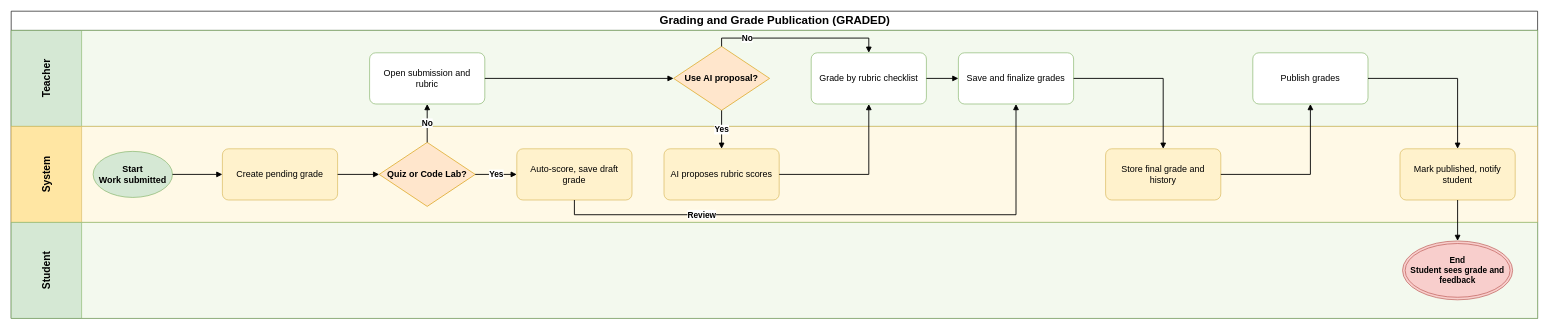
hygef-v4/AI-Powered-Learning-Platform keeps this draw.io diagram as aidlc-docs/inception/main-business-flows/BF-06-Grading-and-Grade-Publication.drawio. Above is the earlier version. Source tidied: cells renumbered, new cells numbered last; positions are measured from the earlier drawing's top-left corner, leaving out a move shared by most shapes. Both pictures are drawn from the tidied source at 64%, with x=0, y=0 at pixel (11, 11).
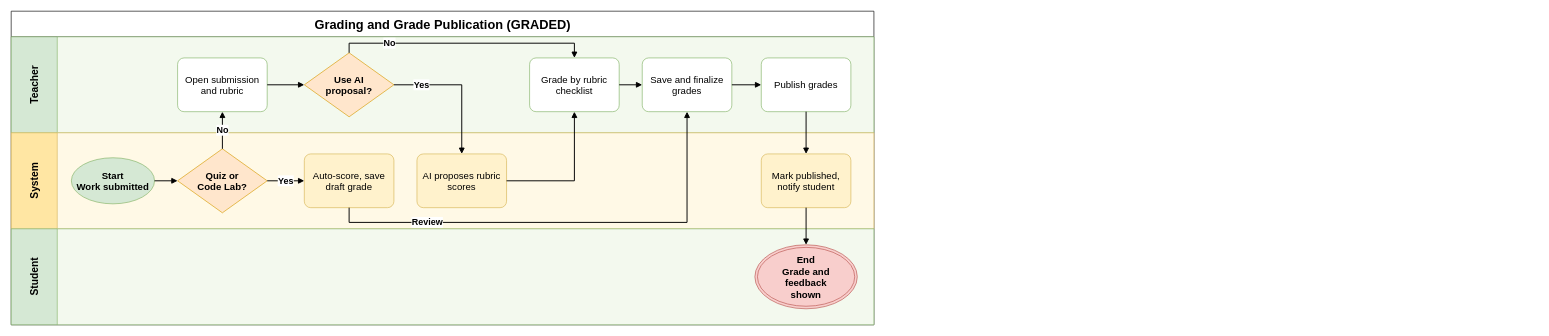
After the change.

What changed in the source:
```diff
@@
-    <mxCell id="2" value="Grading and Grade Publication (GRADED)" style="swimlane;horizontal=1;startSize=30;html=1;fontSize=18;fontStyle=1;align=center;verticalAlign=middle;" parent="1" vertex="1">
-      <mxGeometry width="2385" height="480" as="geometry" />
+    <mxCell id="2" value="Grading and Grade Publication (GRADED)" style="swimlane;horizontal=1;startSize=40;html=1;fontSize=20;fontStyle=1;align=center;verticalAlign=middle;" parent="1" vertex="1">
+      <mxGeometry width="1348" height="490" as="geometry" />
     </mxCell>
-    <mxCell id="3" value="Teacher" style="swimlane;startSize=110;horizontal=0;html=1;whiteSpace=wrap;fillColor=#D5E8D4;swimlaneFillColor=#F3F9EE;strokeColor=#82B366;fontSize=16;fontStyle=1;align=center;verticalAlign=middle;spacing=6;" parent="2" vertex="1">
-      <mxGeometry y="30" width="2385" height="150" as="geometry" />
+    <mxCell id="3" value="Teacher" style="swimlane;startSize=72;horizontal=0;html=1;whiteSpace=wrap;fillColor=#D5E8D4;swimlaneFillColor=#F3F9EE;strokeColor=#82B366;fontSize=16;fontStyle=1;align=center;verticalAlign=middle;spacing=4;" parent="2" vertex="1">
+      <mxGeometry y="40" width="1348" height="150" as="geometry" />
     </mxCell>
-    <mxCell id="4" value="System" style="swimlane;startSize=110;horizontal=0;html=1;whiteSpace=wrap;fillColor=#FFE6A3;swimlaneFillColor=#FFF9E6;strokeColor=#D6B656;fontSize=16;fontStyle=1;align=center;verticalAlign=middle;spacing=6;" parent="2" vertex="1">
-      <mxGeometry y="180" width="2385" height="150" as="geometry" />
+    <mxCell id="4" value="System" style="swimlane;startSize=72;horizontal=0;html=1;whiteSpace=wrap;fillColor=#FFE6A3;swimlaneFillColor=#FFF9E6;strokeColor=#D6B656;fontSize=16;fontStyle=1;align=center;verticalAlign=middle;spacing=4;" parent="2" vertex="1">
+      <mxGeometry y="190" width="1348" height="150" as="geometry" />
     </mxCell>
-    <mxCell id="5" value="Student" style="swimlane;startSize=110;horizontal=0;html=1;whiteSpace=wrap;fillColor=#D5E8D4;swimlaneFillColor=#F3F9EE;strokeColor=#82B366;fontSize=16;fontStyle=1;align=center;verticalAlign=middle;spacing=6;" parent="2" vertex="1">
-      <mxGeometry y="330" width="2385" height="150" as="geometry" />
+    <mxCell id="5" value="Student" style="swimlane;startSize=72;horizontal=0;html=1;whiteSpace=wrap;fillColor=#D5E8D4;swimlaneFillColor=#F3F9EE;strokeColor=#82B366;fontSize=16;fontStyle=1;align=center;verticalAlign=middle;spacing=4;" parent="2" vertex="1">
+      <mxGeometry y="340" width="1348" height="150" as="geometry" />
     </mxCell>
-    <mxCell id="6" value="Start&lt;br&gt;Work submitted" style="ellipse;whiteSpace=wrap;html=1;fillColor=#D5E8D4;strokeColor=#82B366;fontStyle=1;fontSize=14;" parent="4" vertex="1">
-      <mxGeometry x="128" y="39" width="124" height="72" as="geometry" />
+    <mxCell id="6" value="Start&lt;br&gt;Work submitted" style="ellipse;whiteSpace=wrap;html=1;fillColor=#D5E8D4;strokeColor=#82B366;fontStyle=1;fontSize=15;" parent="4" vertex="1">
+      <mxGeometry x="94" y="39" width="130" height="72" as="geometry" />
     </mxCell>
-    <mxCell id="7" value="Create pending grade" style="rounded=1;whiteSpace=wrap;html=1;fillColor=#FFF2CC;strokeColor=#D6B656;fontSize=14;spacing=6;arcSize=12;" parent="4" vertex="1">
-      <mxGeometry x="330" y="35" width="180" height="80" as="geometry" />
-    </mxCell>
-    <mxCell id="8" value="Quiz or Code Lab?" style="rhombus;whiteSpace=wrap;html=1;fillColor=#FFE6CC;strokeColor=#D79B00;fontStyle=1;fontSize=14;spacing=2;" parent="4" vertex="1">
-      <mxGeometry x="575" y="25" width="150" height="100" as="geometry" />
+    <mxCell id="8" value="Quiz or Code Lab?" style="rhombus;whiteSpace=wrap;html=1;fillColor=#FFE6CC;strokeColor=#D79B00;fontStyle=1;fontSize=15;spacing=2;spacingLeft=24;spacingRight=24;" parent="4" vertex="1">
+      <mxGeometry x="260" y="25" width="140" height="100" as="geometry" />
     </mxCell>
+    <mxCell id="10" value="Open submission and rubric" style="rounded=1;whiteSpace=wrap;html=1;fillColor=#FFFFFF;strokeColor=#82B366;fontSize=15;spacing=5;arcSize=12;" parent="3" vertex="1">
+      <mxGeometry x="260" y="33" width="140" height="84" as="geometry" />
+    </mxCell>
-    <mxCell id="9" value="Auto-score, save draft grade" style="rounded=1;whiteSpace=wrap;html=1;fillColor=#FFF2CC;strokeColor=#D6B656;fontSize=14;spacing=6;arcSize=12;" parent="4" vertex="1">
-      <mxGeometry x="790" y="35" width="180" height="80" as="geometry" />
+    <mxCell id="9" value="Auto-score, save draft grade" style="rounded=1;whiteSpace=wrap;html=1;fillColor=#FFF2CC;strokeColor=#D6B656;fontSize=15;spacing=5;arcSize=12;" parent="4" vertex="1">
+      <mxGeometry x="458" y="33" width="140" height="84" as="geometry" />
     </mxCell>
-    <mxCell id="10" value="Open submission and rubric" style="rounded=1;whiteSpace=wrap;html=1;fillColor=#FFFFFF;strokeColor=#82B366;fontSize=14;spacing=6;arcSize=12;" parent="3" vertex="1">
-      <mxGeometry x="560" y="35" width="180" height="80" as="geometry" />
-    </mxCell>
-    <mxCell id="11" value="Use AI proposal?" style="rhombus;whiteSpace=wrap;html=1;fillColor=#FFE6CC;strokeColor=#D79B00;fontStyle=1;fontSize=14;spacing=2;" parent="3" vertex="1">
-      <mxGeometry x="1035" y="25" width="150" height="100" as="geometry" />
+    <mxCell id="11" value="Use AI proposal?" style="rhombus;whiteSpace=wrap;html=1;fillColor=#FFE6CC;strokeColor=#D79B00;fontStyle=1;fontSize=15;spacing=2;spacingLeft=24;spacingRight=24;" parent="3" vertex="1">
+      <mxGeometry x="458" y="25" width="140" height="100" as="geometry" />
     </mxCell>
-    <mxCell id="12" value="AI proposes rubric scores" style="rounded=1;whiteSpace=wrap;html=1;fillColor=#FFF2CC;strokeColor=#D6B656;fontSize=14;spacing=6;arcSize=12;" parent="4" vertex="1">
-      <mxGeometry x="1020" y="35" width="180" height="80" as="geometry" />
+    <mxCell id="12" value="AI proposes rubric scores" style="rounded=1;whiteSpace=wrap;html=1;fillColor=#FFF2CC;strokeColor=#D6B656;fontSize=15;spacing=5;arcSize=12;" parent="4" vertex="1">
+      <mxGeometry x="634" y="33" width="140" height="84" as="geometry" />
     </mxCell>
-    <mxCell id="13" value="Grade by rubric checklist" style="rounded=1;whiteSpace=wrap;html=1;fillColor=#FFFFFF;strokeColor=#82B366;fontSize=14;spacing=6;arcSize=12;" parent="3" vertex="1">
-      <mxGeometry x="1250" y="35" width="180" height="80" as="geometry" />
+    <mxCell id="13" value="Grade by rubric checklist" style="rounded=1;whiteSpace=wrap;html=1;fillColor=#FFFFFF;strokeColor=#82B366;fontSize=15;spacing=5;arcSize=12;" parent="3" vertex="1">
+      <mxGeometry x="810" y="33" width="140" height="84" as="geometry" />
     </mxCell>
-    <mxCell id="14" value="Save and finalize grades" style="rounded=1;whiteSpace=wrap;html=1;fillColor=#FFFFFF;strokeColor=#82B366;fontSize=14;spacing=6;arcSize=12;" parent="3" vertex="1">
-      <mxGeometry x="1480" y="35" width="180" height="80" as="geometry" />
+    <mxCell id="14" value="Save and finalize grades" style="rounded=1;whiteSpace=wrap;html=1;fillColor=#FFFFFF;strokeColor=#82B366;fontSize=15;spacing=5;arcSize=12;" parent="3" vertex="1">
+      <mxGeometry x="986" y="33" width="140" height="84" as="geometry" />
     </mxCell>
-    <mxCell id="15" value="Store final grade and history" style="rounded=1;whiteSpace=wrap;html=1;fillColor=#FFF2CC;strokeColor=#D6B656;fontSize=14;spacing=6;arcSize=12;" parent="4" vertex="1">
-      <mxGeometry x="1710" y="35" width="180" height="80" as="geometry" />
-    </mxCell>
-    <mxCell id="16" value="Publish grades" style="rounded=1;whiteSpace=wrap;html=1;fillColor=#FFFFFF;strokeColor=#82B366;fontSize=14;spacing=6;arcSize=12;" parent="3" vertex="1">
-      <mxGeometry x="1940" y="35" width="180" height="80" as="geometry" />
+    <mxCell id="16" value="Publish grades" style="rounded=1;whiteSpace=wrap;html=1;fillColor=#FFFFFF;strokeColor=#82B366;fontSize=15;spacing=5;arcSize=12;" parent="3" vertex="1">
+      <mxGeometry x="1172" y="33" width="140" height="84" as="geometry" />
     </mxCell>
-    <mxCell id="17" value="Mark published, notify student" style="rounded=1;whiteSpace=wrap;html=1;fillColor=#FFF2CC;strokeColor=#D6B656;fontSize=14;spacing=6;arcSize=12;" parent="4" vertex="1">
-      <mxGeometry x="2170" y="35" width="180" height="80" as="geometry" />
+    <mxCell id="17" value="Mark published, notify student" style="rounded=1;whiteSpace=wrap;html=1;fillColor=#FFF2CC;strokeColor=#D6B656;fontSize=15;spacing=5;arcSize=12;" parent="4" vertex="1">
+      <mxGeometry x="1172" y="33" width="140" height="84" as="geometry" />
     </mxCell>
-    <mxCell id="18" value="End&lt;br&gt;Student sees grade and feedback" style="ellipse;shape=doubleEllipse;whiteSpace=wrap;html=1;fillColor=#F8CECC;strokeColor=#B85450;fontStyle=1;fontSize=13;" parent="5" vertex="1">
-      <mxGeometry x="2174" y="29" width="172" height="92" as="geometry" />
+    <mxCell id="18" value="End&lt;br&gt;Grade and feedback shown" style="ellipse;shape=doubleEllipse;whiteSpace=wrap;html=1;fillColor=#F8CECC;strokeColor=#B85450;fontStyle=1;fontSize=15;spacingLeft=26;spacingRight=26;" parent="5" vertex="1">
+      <mxGeometry x="1162" y="25" width="160" height="100" as="geometry" />
     </mxCell>
-    <mxCell id="19" style="edgeStyle=orthogonalEdgeStyle;rounded=0;jettySize=18;html=1;endArrow=block;endFill=1;strokeWidth=1.4;labelBackgroundColor=#FFFFFF;fontSize=13;fontStyle=1;exitX=1;exitY=0.5;exitDx=0;exitDy=0;entryX=0;entryY=0.5;entryDx=0;entryDy=0;" parent="1" edge="1" source="6" target="7">
+    <mxCell id="19" style="edgeStyle=orthogonalEdgeStyle;rounded=0;jettySize=18;html=1;endArrow=block;endFill=1;strokeWidth=1.5;labelBackgroundColor=#FFFFFF;fontSize=14;fontStyle=1;exitX=1;exitY=0.5;exitDx=0;exitDy=0;entryX=0;entryY=0.5;entryDx=0;entryDy=0;" parent="1" edge="1" source="6" target="8">
       <mxGeometry relative="1" as="geometry" />
     </mxCell>
-    <mxCell id="20" style="edgeStyle=orthogonalEdgeStyle;rounded=0;jettySize=18;html=1;endArrow=block;endFill=1;strokeWidth=1.4;labelBackgroundColor=#FFFFFF;fontSize=13;fontStyle=1;exitX=1;exitY=0.5;exitDx=0;exitDy=0;entryX=0;entryY=0.5;entryDx=0;entryDy=0;" parent="1" edge="1" source="7" target="8">
+    <mxCell id="20" value="Yes" style="edgeStyle=orthogonalEdgeStyle;rounded=0;jettySize=18;html=1;endArrow=block;endFill=1;strokeWidth=1.5;labelBackgroundColor=#FFFFFF;fontSize=14;fontStyle=1;exitX=1;exitY=0.5;exitDx=0;exitDy=0;entryX=0;entryY=0.5;entryDx=0;entryDy=0;" parent="1" edge="1" source="8" target="9">
       <mxGeometry relative="1" as="geometry" />
     </mxCell>
-    <mxCell id="21" value="Yes" style="edgeStyle=orthogonalEdgeStyle;rounded=0;jettySize=18;html=1;endArrow=block;endFill=1;strokeWidth=1.4;labelBackgroundColor=#FFFFFF;fontSize=13;fontStyle=1;exitX=1;exitY=0.5;exitDx=0;exitDy=0;entryX=0;entryY=0.5;entryDx=0;entryDy=0;" parent="1" edge="1" source="8" target="9">
+    <mxCell id="21" value="No" style="edgeStyle=orthogonalEdgeStyle;rounded=0;jettySize=18;html=1;endArrow=block;endFill=1;strokeWidth=1.5;labelBackgroundColor=#FFFFFF;fontSize=14;fontStyle=1;exitX=0.5;exitY=0;exitDx=0;exitDy=0;entryX=0.5;entryY=1;entryDx=0;entryDy=0;" parent="1" edge="1" source="8" target="10">
       <mxGeometry relative="1" as="geometry" />
     </mxCell>
-    <mxCell id="22" value="No" style="edgeStyle=orthogonalEdgeStyle;rounded=0;jettySize=18;html=1;endArrow=block;endFill=1;strokeWidth=1.4;labelBackgroundColor=#FFFFFF;fontSize=13;fontStyle=1;exitX=0.5;exitY=0;exitDx=0;exitDy=0;entryX=0.5;entryY=1;entryDx=0;entryDy=0;" parent="1" edge="1" source="8" target="10">
+    <mxCell id="22" style="edgeStyle=orthogonalEdgeStyle;rounded=0;jettySize=18;html=1;endArrow=block;endFill=1;strokeWidth=1.5;labelBackgroundColor=#FFFFFF;fontSize=14;fontStyle=1;exitX=1;exitY=0.5;exitDx=0;exitDy=0;entryX=0;entryY=0.5;entryDx=0;entryDy=0;" parent="1" edge="1" source="10" target="11">
       <mxGeometry relative="1" as="geometry" />
     </mxCell>
-    <mxCell id="23" style="edgeStyle=orthogonalEdgeStyle;rounded=0;jettySize=18;html=1;endArrow=block;endFill=1;strokeWidth=1.4;labelBackgroundColor=#FFFFFF;fontSize=13;fontStyle=1;exitX=1;exitY=0.5;exitDx=0;exitDy=0;entryX=0;entryY=0.5;entryDx=0;entryDy=0;" parent="1" edge="1" source="10" target="11">
-      <mxGeometry relative="1" as="geometry" />
+    <mxCell id="23" value="Yes" style="edgeStyle=orthogonalEdgeStyle;rounded=0;jettySize=18;html=1;endArrow=block;endFill=1;strokeWidth=1.5;labelBackgroundColor=#FFFFFF;fontSize=14;fontStyle=1;exitX=1;exitY=0.5;exitDx=0;exitDy=0;entryX=0.5;entryY=0;entryDx=0;entryDy=0;" parent="1" edge="1" source="11" target="12">
+      <mxGeometry x="-0.6" relative="1" as="geometry">
+        <Array as="points">
+          <mxPoint x="704" y="115" />
+        </Array>
+      </mxGeometry>
     </mxCell>
-    <mxCell id="24" value="Yes" style="edgeStyle=orthogonalEdgeStyle;rounded=0;jettySize=18;html=1;endArrow=block;endFill=1;strokeWidth=1.4;labelBackgroundColor=#FFFFFF;fontSize=13;fontStyle=1;exitX=0.5;exitY=1;exitDx=0;exitDy=0;entryX=0.5;entryY=0;entryDx=0;entryDy=0;" parent="1" edge="1" source="11" target="12">
-      <mxGeometry relative="1" as="geometry" />
+    <mxCell id="24" value="No" style="edgeStyle=orthogonalEdgeStyle;rounded=0;jettySize=18;html=1;endArrow=block;endFill=1;strokeWidth=1.5;labelBackgroundColor=#FFFFFF;fontSize=14;fontStyle=1;exitX=0.5;exitY=0;exitDx=0;exitDy=0;entryX=0.5;entryY=0;entryDx=0;entryDy=0;" parent="1" edge="1" source="11" target="13">
+      <mxGeometry x="-0.6" relative="1" as="geometry">
+        <Array as="points">
+          <mxPoint x="528" y="50" />
+          <mxPoint x="880" y="50" />
+        </Array>
+      </mxGeometry>
     </mxCell>
-    <mxCell id="25" value="No" style="edgeStyle=orthogonalEdgeStyle;rounded=0;jettySize=18;html=1;endArrow=block;endFill=1;strokeWidth=1.4;labelBackgroundColor=#FFFFFF;fontSize=13;fontStyle=1;exitX=0.5;exitY=0;exitDx=0;exitDy=0;entryX=0.5;entryY=0;entryDx=0;entryDy=0;" parent="1" edge="1" source="11" target="13">
-      <mxGeometry x="-0.6" relative="1" as="geometry">
+    <mxCell id="25" style="edgeStyle=orthogonalEdgeStyle;rounded=0;jettySize=18;html=1;endArrow=block;endFill=1;strokeWidth=1.5;labelBackgroundColor=#FFFFFF;fontSize=14;fontStyle=1;exitX=1;exitY=0.5;exitDx=0;exitDy=0;entryX=0.5;entryY=1;entryDx=0;entryDy=0;" parent="1" edge="1" source="12" target="13">
+      <mxGeometry relative="1" as="geometry">
         <Array as="points">
-          <mxPoint x="1110" y="42" />
-          <mxPoint x="1340" y="42" />
+          <mxPoint x="880" y="265" />
         </Array>
       </mxGeometry>
     </mxCell>
-    <mxCell id="26" style="edgeStyle=orthogonalEdgeStyle;rounded=0;jettySize=18;html=1;endArrow=block;endFill=1;strokeWidth=1.4;labelBackgroundColor=#FFFFFF;fontSize=13;fontStyle=1;exitX=1;exitY=0.5;exitDx=0;exitDy=0;entryX=0.5;entryY=1;entryDx=0;entryDy=0;" parent="1" edge="1" source="12" target="13">
-      <mxGeometry relative="1" as="geometry">
-        <Array as="points">
-          <mxPoint x="1340" y="255" />
-        </Array>
-      </mxGeometry>
+    <mxCell id="26" style="edgeStyle=orthogonalEdgeStyle;rounded=0;jettySize=18;html=1;endArrow=block;endFill=1;strokeWidth=1.5;labelBackgroundColor=#FFFFFF;fontSize=14;fontStyle=1;exitX=1;exitY=0.5;exitDx=0;exitDy=0;entryX=0;entryY=0.5;entryDx=0;entryDy=0;" parent="1" edge="1" source="13" target="14">
+      <mxGeometry relative="1" as="geometry" />
     </mxCell>
-    <mxCell id="27" style="edgeStyle=orthogonalEdgeStyle;rounded=0;jettySize=18;html=1;endArrow=block;endFill=1;strokeWidth=1.4;labelBackgroundColor=#FFFFFF;fontSize=13;fontStyle=1;exitX=1;exitY=0.5;exitDx=0;exitDy=0;entryX=0;entryY=0.5;entryDx=0;entryDy=0;" parent="1" edge="1" source="13" target="14">
-      <mxGeometry relative="1" as="geometry" />
+    <mxCell id="27" value="Review" style="edgeStyle=orthogonalEdgeStyle;rounded=0;jettySize=18;html=1;endArrow=block;endFill=1;strokeWidth=1.5;labelBackgroundColor=#FFFFFF;fontSize=14;fontStyle=1;exitX=0.5;exitY=1;exitDx=0;exitDy=0;entryX=0.5;entryY=1;entryDx=0;entryDy=0;" parent="1" edge="1" source="9" target="14">
+      <mxGeometry x="-0.6" relative="1" as="geometry">
+        <Array as="points">
+          <mxPoint x="528" y="330" />
+          <mxPoint x="1056" y="330" />
+        </Array>
+      </mxGeometry>
     </mxCell>
-    <mxCell id="28" value="Review" style="edgeStyle=orthogonalEdgeStyle;rounded=0;jettySize=18;html=1;endArrow=block;endFill=1;strokeWidth=1.4;labelBackgroundColor=#FFFFFF;fontSize=13;fontStyle=1;exitX=0.5;exitY=1;exitDx=0;exitDy=0;entryX=0.5;entryY=1;entryDx=0;entryDy=0;" parent="1" edge="1" source="9" target="14">
-      <mxGeometry x="-0.5" relative="1" as="geometry">
-        <Array as="points">
-          <mxPoint x="880" y="318" />
-          <mxPoint x="1570" y="318" />
-        </Array>
-      </mxGeometry>
+    <mxCell id="28" style="edgeStyle=orthogonalEdgeStyle;rounded=0;jettySize=18;html=1;endArrow=block;endFill=1;strokeWidth=1.5;labelBackgroundColor=#FFFFFF;fontSize=14;fontStyle=1;exitX=1;exitY=0.5;exitDx=0;exitDy=0;entryX=0;entryY=0.5;entryDx=0;entryDy=0;" parent="1" edge="1" source="14" target="16">
+      <mxGeometry relative="1" as="geometry" />
     </mxCell>
-    <mxCell id="29" style="edgeStyle=orthogonalEdgeStyle;rounded=0;jettySize=18;html=1;endArrow=block;endFill=1;strokeWidth=1.4;labelBackgroundColor=#FFFFFF;fontSize=13;fontStyle=1;exitX=1;exitY=0.5;exitDx=0;exitDy=0;entryX=0.5;entryY=0;entryDx=0;entryDy=0;" parent="1" edge="1" source="14" target="15">
-      <mxGeometry relative="1" as="geometry">
-        <Array as="points">
-          <mxPoint x="1800" y="105" />
-        </Array>
-      </mxGeometry>
+    <mxCell id="29" style="edgeStyle=orthogonalEdgeStyle;rounded=0;jettySize=18;html=1;endArrow=block;endFill=1;strokeWidth=1.5;labelBackgroundColor=#FFFFFF;fontSize=14;fontStyle=1;exitX=0.5;exitY=1;exitDx=0;exitDy=0;entryX=0.5;entryY=0;entryDx=0;entryDy=0;" parent="1" edge="1" source="16" target="17">
+      <mxGeometry relative="1" as="geometry" />
     </mxCell>
-    <mxCell id="30" style="edgeStyle=orthogonalEdgeStyle;rounded=0;jettySize=18;html=1;endArrow=block;endFill=1;strokeWidth=1.4;labelBackgroundColor=#FFFFFF;fontSize=13;fontStyle=1;exitX=1;exitY=0.5;exitDx=0;exitDy=0;entryX=0.5;entryY=1;entryDx=0;entryDy=0;" parent="1" edge="1" source="15" target="16">
-      <mxGeometry relative="1" as="geometry">
-        <Array as="points">
-          <mxPoint x="2030" y="255" />
-        </Array>
-      </mxGeometry>
+    <mxCell id="30" style="edgeStyle=orthogonalEdgeStyle;rounded=0;jettySize=18;html=1;endArrow=block;endFill=1;strokeWidth=1.5;labelBackgroundColor=#FFFFFF;fontSize=14;fontStyle=1;exitX=0.5;exitY=1;exitDx=0;exitDy=0;entryX=0.5;entryY=0;entryDx=0;entryDy=0;" parent="1" edge="1" source="17" target="18">
+      <mxGeometry relative="1" as="geometry" />
     </mxCell>
-    <mxCell id="31" style="edgeStyle=orthogonalEdgeStyle;rounded=0;jettySize=18;html=1;endArrow=block;endFill=1;strokeWidth=1.4;labelBackgroundColor=#FFFFFF;fontSize=13;fontStyle=1;exitX=1;exitY=0.5;exitDx=0;exitDy=0;entryX=0.5;entryY=0;entryDx=0;entryDy=0;" parent="1" edge="1" source="16" target="17">
-      <mxGeometry relative="1" as="geometry">
-        <Array as="points">
-          <mxPoint x="2260" y="105" />
-        </Array>
-      </mxGeometry>
-    </mxCell>
-    <mxCell id="32" style="edgeStyle=orthogonalEdgeStyle;rounded=0;jettySize=18;html=1;endArrow=block;endFill=1;strokeWidth=1.4;labelBackgroundColor=#FFFFFF;fontSize=13;fontStyle=1;exitX=0.5;exitY=1;exitDx=0;exitDy=0;entryX=0.5;entryY=0;entryDx=0;entryDy=0;" parent="1" edge="1" source="17" target="18">
-      <mxGeometry relative="1" as="geometry" />
-    </mxCell>
```
